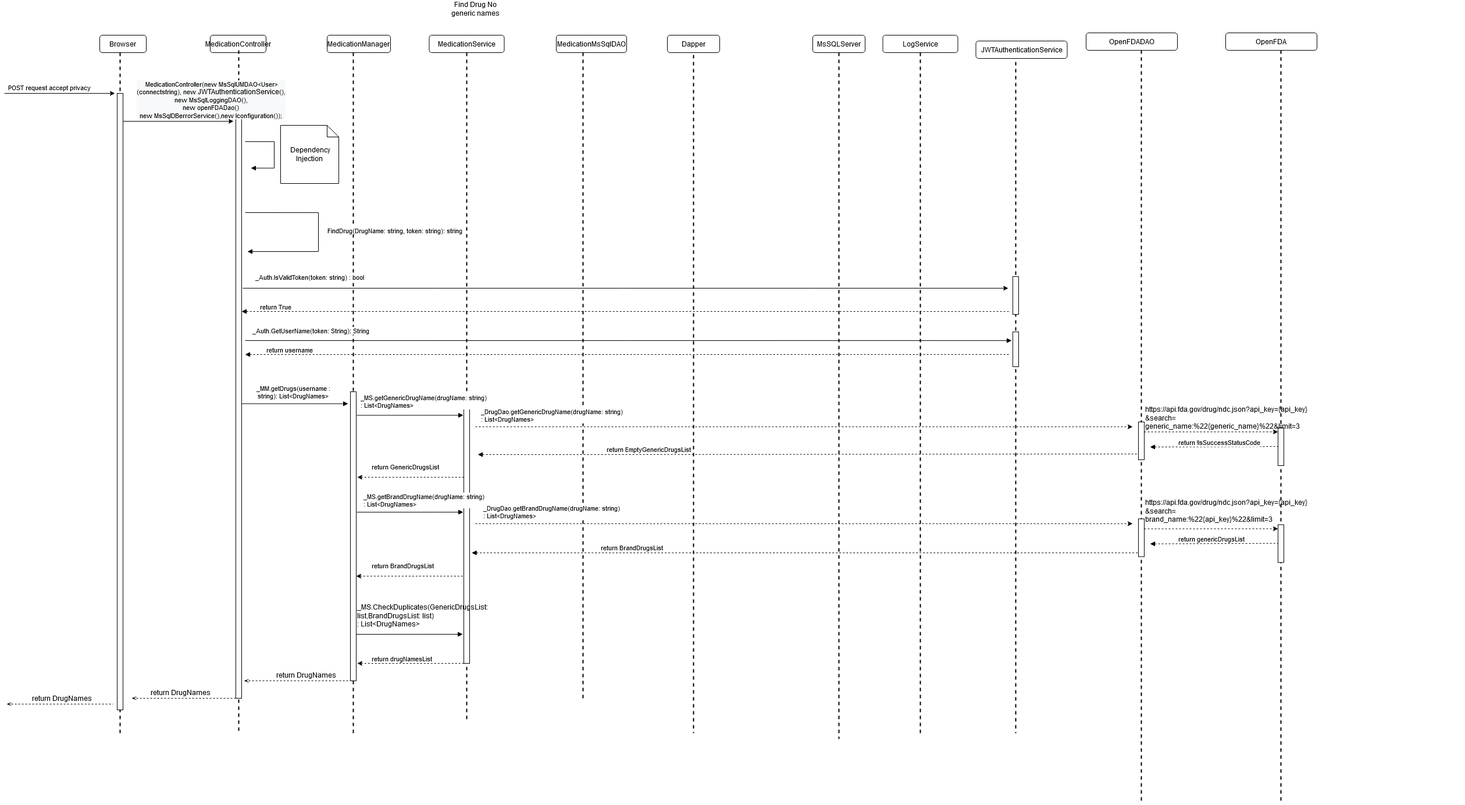
The draw.io diagram Documents/Features/Feature-Medication Lookup/search medicine/MedicationSearch-No generic Names.drawio.png in Annihilator3180/CECS-491A-Senior-Project, before a commit. Source tidied: cells renumbered, new cells last; positions are measured from the earlier drawing's top-left corner, leaving out a move shared by most shapes.
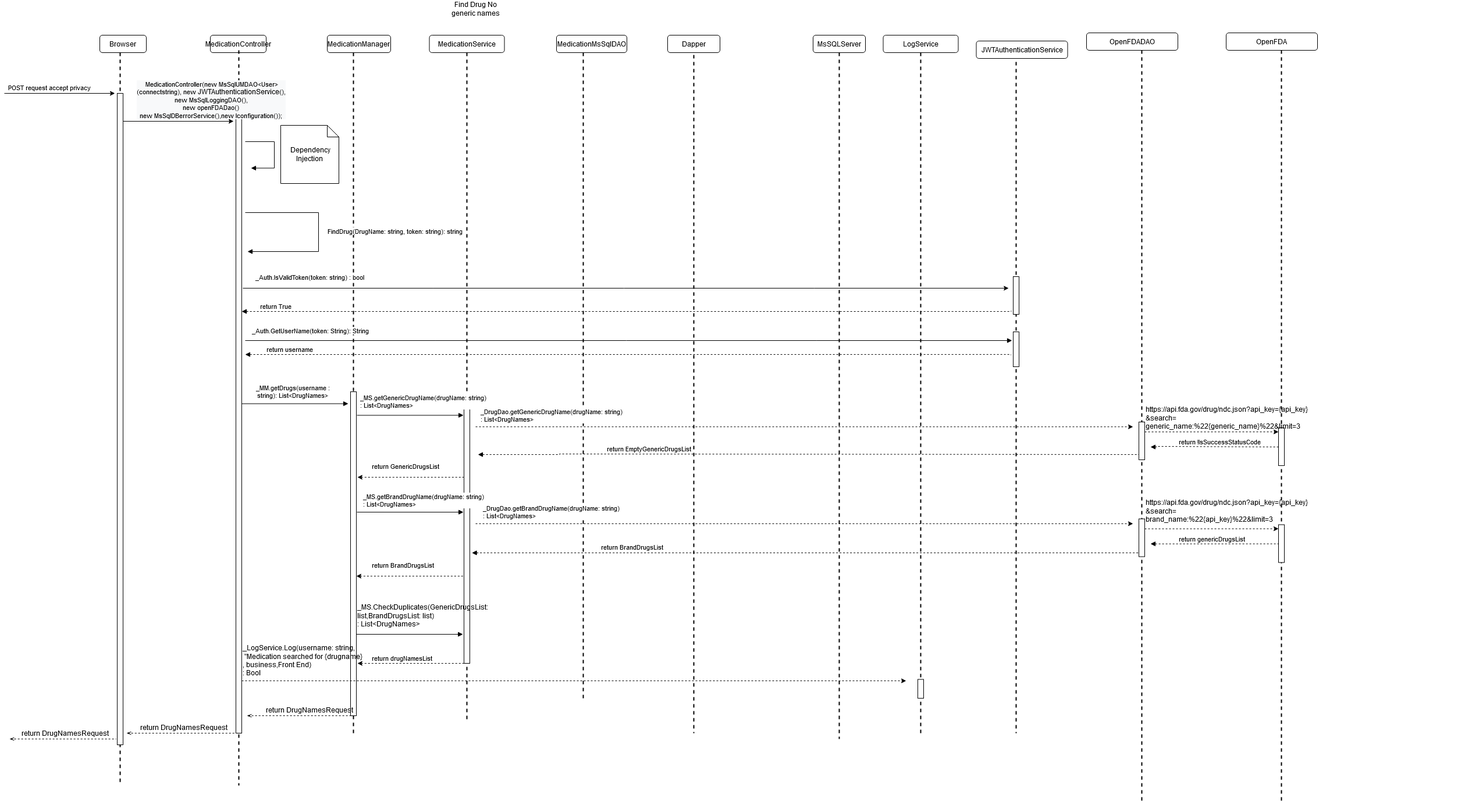
Later version of the same file.

The edit, as a diff of the source:
```diff
@@ -15,7 +15,7 @@
       <mxGeometry x="555" y="60" width="109" height="30" as="geometry" />
     </mxCell>
     <mxCell id="6" style="line;strokeWidth=2;direction=south;html=1;dashed=1;" parent="1" vertex="1">
-      <mxGeometry x="398" y="86" width="10" height="1174" as="geometry" />
+      <mxGeometry x="398" y="86" width="10" height="1264" as="geometry" />
     </mxCell>
     <mxCell id="7" style="line;strokeWidth=2;direction=south;html=1;dashed=1;" parent="1" vertex="1">
       <mxGeometry x="595" y="90" width="10" height="1170" as="geometry" />
@@ -33,7 +33,7 @@
       <mxGeometry x="990" y="90" width="10" height="1110" as="geometry" />
     </mxCell>
     <mxCell id="12" style="html=1;perimeter=orthogonalPerimeter;" parent="1" vertex="1">
-      <mxGeometry x="595" y="673" width="10" height="497" as="geometry" />
+      <mxGeometry x="595" y="673" width="10" height="557" as="geometry" />
     </mxCell>
     <mxCell id="13" style="html=1;perimeter=orthogonalPerimeter;" parent="1" vertex="1">
       <mxGeometry x="790" y="695" width="10" height="445" as="geometry" />
@@ -45,10 +45,10 @@
       <mxGeometry x="164" y="60" width="80" height="30" as="geometry" />
     </mxCell>
     <mxCell id="16" style="line;strokeWidth=2;direction=south;html=1;dashed=1;" parent="1" vertex="1">
-      <mxGeometry x="194" y="90" width="10" height="1170" as="geometry" />
+      <mxGeometry x="194" y="90" width="10" height="1260" as="geometry" />
     </mxCell>
     <mxCell id="17" style="html=1;perimeter=orthogonalPerimeter;" parent="1" vertex="1">
-      <mxGeometry x="194" y="160" width="10" height="1060" as="geometry" />
+      <mxGeometry x="194" y="160" width="10" height="1120" as="geometry" />
     </mxCell>
     <mxCell id="18" style="endArrow=classic;html=1;rounded=0;" parent="1" edge="1">
       <mxGeometry relative="1" as="geometry">
@@ -86,7 +86,7 @@
       </mxGeometry>
     </mxCell>
     <mxCell id="27" style="html=1;perimeter=orthogonalPerimeter;" parent="1" vertex="1">
-      <mxGeometry x="398" y="190" width="10" height="1010" as="geometry" />
+      <mxGeometry x="398" y="190" width="10" height="1070" as="geometry" />
     </mxCell>
     <mxCell id="28" style="endArrow=classic;html=1;rounded=0;edgeStyle=orthogonalEdgeStyle;" parent="1" edge="1">
       <mxGeometry relative="1" as="geometry">
@@ -391,41 +391,56 @@
     <mxCell id="78" value="return drugNamesList" style="edgeLabel;html=1;align=left;verticalAlign=bottom;" parent="1" vertex="1">
       <mxGeometry x="630" y="1140" as="geometry" />
     </mxCell>
-    <mxCell id="79" style="endArrow=none;endFill=0;html=1;edgeStyle=orthogonalEdgeStyle;align=left;verticalAlign=top;rounded=0;exitX=1.133;exitY=0.18;exitDx=0;exitDy=0;exitPerimeter=0;entryX=-0.055;entryY=0.009;entryDx=0;entryDy=0;entryPerimeter=0;startArrow=openThin;startFill=0;dashed=1;" parent="1" edge="1">
-      <mxGeometry x="-1" relative="1" as="geometry">
-        <mxPoint x="411.9" y="1170" as="sourcePoint" />
-        <mxPoint x="595" y="1170" as="targetPoint" />
-        <Array as="points">
-          <mxPoint x="595.6" y="1170.4" />
-        </Array>
-      </mxGeometry>
-    </mxCell>
-    <mxCell id="80" value="return DrugNames" style="text;html=1;align=center;verticalAlign=middle;strokeColor=none;fillColor=none;" parent="1" vertex="1">
-      <mxGeometry x="463.9" y="1150" width="110" height="20" as="geometry" />
-    </mxCell>
-    <mxCell id="81" style="endArrow=none;endFill=0;html=1;edgeStyle=orthogonalEdgeStyle;align=left;verticalAlign=top;rounded=0;exitX=1.133;exitY=0.18;exitDx=0;exitDy=0;exitPerimeter=0;entryX=-0.055;entryY=0.009;entryDx=0;entryDy=0;entryPerimeter=0;startArrow=openThin;startFill=0;dashed=1;" parent="1" edge="1">
-      <mxGeometry x="-1" relative="1" as="geometry">
-        <mxPoint x="218.8" y="1200" as="sourcePoint" />
-        <mxPoint x="401.9" y="1200" as="targetPoint" />
-        <Array as="points">
-          <mxPoint x="402.4" y="1200.4" />
-        </Array>
-      </mxGeometry>
-    </mxCell>
-    <mxCell id="82" value="return DrugNames" style="text;html=1;align=center;verticalAlign=middle;strokeColor=none;fillColor=none;" parent="1" vertex="1">
-      <mxGeometry x="247.9" y="1180" width="110" height="20" as="geometry" />
-    </mxCell>
-    <mxCell id="83" style="endArrow=none;endFill=0;html=1;edgeStyle=orthogonalEdgeStyle;align=left;verticalAlign=top;rounded=0;exitX=1.133;exitY=0.18;exitDx=0;exitDy=0;exitPerimeter=0;entryX=-0.055;entryY=0.009;entryDx=0;entryDy=0;entryPerimeter=0;startArrow=openThin;startFill=0;dashed=1;" parent="1" edge="1">
-      <mxGeometry x="-1" relative="1" as="geometry">
-        <mxPoint x="3.9" y="1210" as="sourcePoint" />
-        <mxPoint x="187" y="1210" as="targetPoint" />
-        <Array as="points">
-          <mxPoint x="187.6" y="1210.4" />
-        </Array>
-      </mxGeometry>
-    </mxCell>
-    <mxCell id="84" value="return DrugNames" style="text;html=1;align=center;verticalAlign=middle;strokeColor=none;fillColor=none;" parent="1" vertex="1">
-      <mxGeometry x="43.9" y="1190" width="110" height="20" as="geometry" />
-    </mxCell>
+    <mxCell id="85" style="endArrow=none;endFill=0;html=1;edgeStyle=orthogonalEdgeStyle;align=left;verticalAlign=top;rounded=0;exitX=1.133;exitY=0.18;exitDx=0;exitDy=0;exitPerimeter=0;entryX=-0.055;entryY=0.009;entryDx=0;entryDy=0;entryPerimeter=0;startArrow=openThin;startFill=0;dashed=1;" parent="1" edge="1">
+      <mxGeometry x="-1" relative="1" as="geometry">
+        <mxPoint x="416.9" y="1230" as="sourcePoint" />
+        <mxPoint x="600" y="1230" as="targetPoint" />
+        <Array as="points">
+          <mxPoint x="600.6" y="1230.4" />
+        </Array>
+      </mxGeometry>
+    </mxCell>
+    <mxCell id="86" value="return DrugNamesRequest" style="text;html=1;align=center;verticalAlign=middle;strokeColor=none;fillColor=none;" parent="1" vertex="1">
+      <mxGeometry x="443.9" y="1210" width="160" height="20" as="geometry" />
+    </mxCell>
+    <mxCell id="87" style="endArrow=none;endFill=0;html=1;edgeStyle=orthogonalEdgeStyle;align=left;verticalAlign=top;rounded=0;entryX=-0.055;entryY=0.009;entryDx=0;entryDy=0;entryPerimeter=0;startArrow=openThin;startFill=0;dashed=1;" parent="1" edge="1">
+      <mxGeometry x="-1" relative="1" as="geometry">
+        <mxPoint x="210" y="1260" as="sourcePoint" />
+        <mxPoint x="406.9" y="1260" as="targetPoint" />
+        <Array as="points">
+          <mxPoint x="407.5" y="1260.4" />
+        </Array>
+      </mxGeometry>
+    </mxCell>
+    <mxCell id="88" value="return DrugNamesRequest" style="text;html=1;align=center;verticalAlign=middle;strokeColor=none;fillColor=none;" parent="1" vertex="1">
+      <mxGeometry x="227.9" y="1240" width="160" height="20" as="geometry" />
+    </mxCell>
+    <mxCell id="89" style="endArrow=none;endFill=0;html=1;edgeStyle=orthogonalEdgeStyle;align=left;verticalAlign=top;rounded=0;exitX=1.133;exitY=0.18;exitDx=0;exitDy=0;exitPerimeter=0;entryX=-0.055;entryY=0.009;entryDx=0;entryDy=0;entryPerimeter=0;startArrow=openThin;startFill=0;dashed=1;" parent="1" edge="1">
+      <mxGeometry x="-1" relative="1" as="geometry">
+        <mxPoint x="8.9" y="1270" as="sourcePoint" />
+        <mxPoint x="192" y="1270" as="targetPoint" />
+        <Array as="points">
+          <mxPoint x="192.6" y="1270.4" />
+        </Array>
+      </mxGeometry>
+    </mxCell>
+    <mxCell id="90" value="return DrugNamesRequest" style="text;html=1;align=center;verticalAlign=middle;strokeColor=none;fillColor=none;" parent="1" vertex="1">
+      <mxGeometry x="23.9" y="1250" width="160" height="20" as="geometry" />
+    </mxCell>
+    <mxCell id="91" style="endArrow=classic;html=1;rounded=0;dashed=1;" parent="1" edge="1">
+      <mxGeometry relative="1" as="geometry">
+        <mxPoint x="408" y="1170" as="sourcePoint" />
+        <mxPoint x="1550" y="1170" as="targetPoint" />
+        <Array as="points">
+          <mxPoint x="448" y="1170" />
+        </Array>
+      </mxGeometry>
+    </mxCell>
+    <mxCell id="92" value="&lt;div style=&quot;text-align: left&quot;&gt;&lt;div&gt;_LogService.Log(username: string,&lt;/div&gt;&lt;div&gt;&amp;nbsp;&quot;Medication searched for {drugname}&lt;/div&gt;&lt;div&gt;, business,Front End) &lt;br&gt;&lt;/div&gt;&lt;div&gt;:&amp;nbsp;Bool&lt;/div&gt;&lt;/div&gt;" style="text;whiteSpace=wrap;html=1;" parent="1" vertex="1">
+      <mxGeometry x="408" y="1100" width="370" height="40" as="geometry" />
+    </mxCell>
+    <mxCell id="93" style="html=1;perimeter=orthogonalPerimeter;" parent="1" vertex="1">
+      <mxGeometry x="1570" y="1167.5" width="10" height="32.5" as="geometry" />
+    </mxCell>
   </root>
 </mxGraphModel>
```
